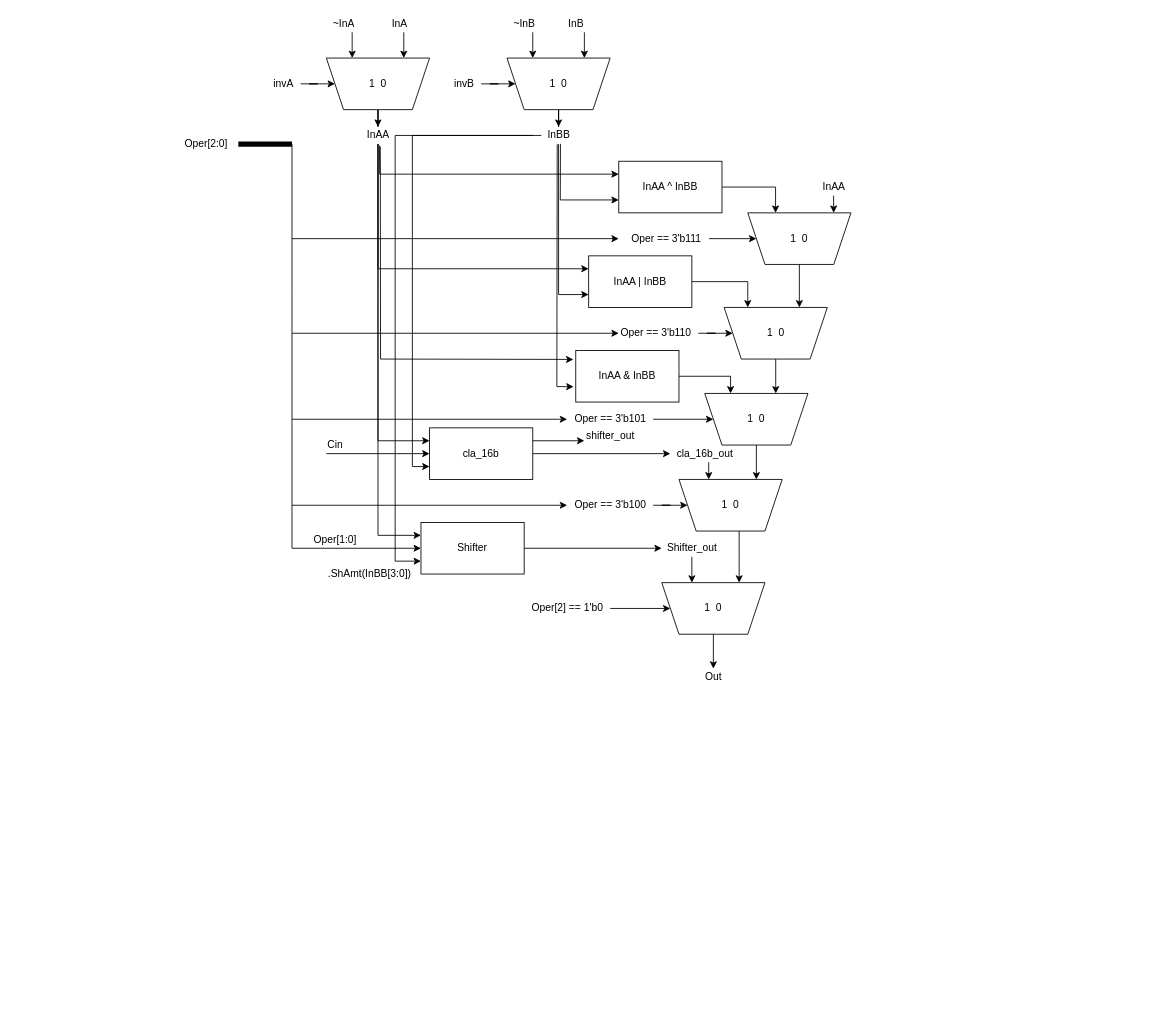
Earlier version of the draw.io diagram alu.drawio (joshmeiyb/draw.io). Source tidied: cells renumbered, new cells numbered last; positions are measured from the earlier drawing's top-left corner, leaving out a move shared by most shapes. Both pictures are drawn from the tidied source at 86%, with x=0, y=0 at pixel (175, 15).
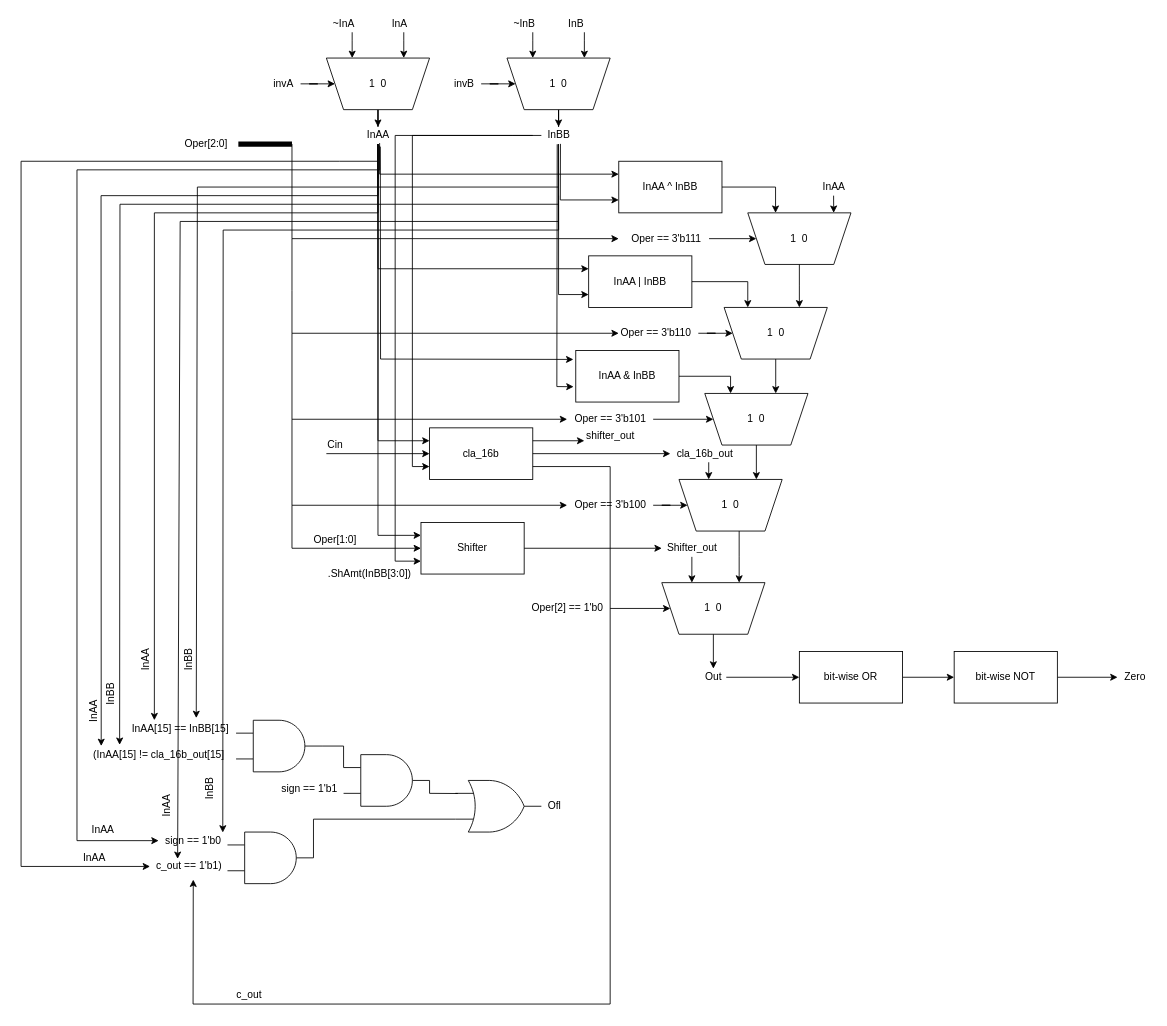
Above is the later version.

The change refers to these unchanged cells:
```xml
<mxCell id="31" value="Out" style="text;html=1;align=center;verticalAlign=middle;points=[];strokeColor=none;fillColor=none;" parent="1" vertex="1">
  <mxGeometry x="610" y="760" width="30" height="20" as="geometry" />
</mxCell>
<mxCell id="34" value="cla_16b" style="whiteSpace=wrap;html=1;" parent="1" vertex="1">
  <mxGeometry x="295" y="480" width="120" height="60" as="geometry" />
</mxCell>
<mxCell id="37" value="InAA" style="text;html=1;align=center;verticalAlign=middle;points=[];strokeColor=none;fillColor=none;" parent="1" vertex="1">
  <mxGeometry x="215" y="130" width="40" height="20" as="geometry" />
</mxCell>
```

What changed in the source:
```diff
@@
+    <mxCell id="80" style="edgeStyle=orthogonalEdgeStyle;rounded=0;jettySize=auto;html=1;strokeWidth=1;" parent="1" edge="1" source="31" target="113">
+      <mxGeometry relative="1" as="geometry" />
+    </mxCell>
@@
+    <mxCell id="81" style="verticalLabelPosition=bottom;shadow=0;dashed=0;align=center;html=1;verticalAlign=top;shape=mxgraph.electrical.logic_gates.logic_gate;operation=and;" parent="1" vertex="1">
+      <mxGeometry x="70" y="820" width="100" height="60" as="geometry" />
+    </mxCell>
+    <mxCell id="82" value="sign == 1'b1" style="text;html=1;align=center;verticalAlign=middle;strokeColor=none;fillColor=none;" parent="1" vertex="1">
+      <mxGeometry x="115" y="890" width="80" height="20" as="geometry" />
+    </mxCell>
+    <mxCell id="83" value="InAA[15] == InBB[15]" style="text;html=1;align=center;verticalAlign=middle;points=[];strokeColor=none;fillColor=none;" parent="1" vertex="1">
+      <mxGeometry x="-60" y="820" width="130" height="20" as="geometry" />
+    </mxCell>
+    <mxCell id="84" value="(InAA[15] != cla_16b_out[15]" style="text;html=1;align=center;verticalAlign=middle;points=[];strokeColor=none;fillColor=none;" parent="1" vertex="1">
+      <mxGeometry x="-105" y="850" width="170" height="20" as="geometry" />
+    </mxCell>
+    <mxCell id="85" style="verticalLabelPosition=bottom;shadow=0;dashed=0;align=center;html=1;verticalAlign=top;shape=mxgraph.electrical.logic_gates.logic_gate;operation=or;" parent="1" vertex="1">
+      <mxGeometry x="325" y="890" width="100" height="60" as="geometry" />
+    </mxCell>
+    <mxCell id="86" style="verticalLabelPosition=bottom;shadow=0;dashed=0;align=center;html=1;verticalAlign=top;shape=mxgraph.electrical.logic_gates.logic_gate;operation=and;" parent="1" vertex="1">
+      <mxGeometry x="60" y="950" width="100" height="60" as="geometry" />
+    </mxCell>
+    <mxCell id="87" value="sign == 1'b0" style="text;html=1;align=center;verticalAlign=middle;points=[];strokeColor=none;fillColor=none;rounded=0;" parent="1" vertex="1">
+      <mxGeometry x="-20" y="950" width="80" height="20" as="geometry" />
+    </mxCell>
+    <mxCell id="88" value="c_out == 1'b1)" style="text;html=1;align=center;verticalAlign=middle;points=[];strokeColor=none;fillColor=none;" parent="1" vertex="1">
+      <mxGeometry x="-30" y="980" width="90" height="20" as="geometry" />
+    </mxCell>
+    <mxCell id="89" style="endArrow=none;html=1;rounded=0;exitX=1;exitY=0.5;exitDx=0;exitDy=0;exitPerimeter=0;entryX=0;entryY=0.75;entryDx=0;entryDy=0;entryPerimeter=0;" parent="1" edge="1" source="86" target="85">
+      <mxGeometry relative="1" as="geometry">
+        <Array as="points">
+          <mxPoint x="160" y="935" />
+        </Array>
+      </mxGeometry>
+    </mxCell>
+    <mxCell id="90" style="verticalLabelPosition=bottom;shadow=0;dashed=0;align=center;html=1;verticalAlign=top;shape=mxgraph.electrical.logic_gates.logic_gate;operation=and;" parent="1" vertex="1">
+      <mxGeometry x="195" y="860" width="100" height="60" as="geometry" />
+    </mxCell>
+    <mxCell id="91" style="endArrow=none;html=1;rounded=0;exitX=1;exitY=0.5;exitDx=0;exitDy=0;exitPerimeter=0;entryX=0;entryY=0.25;entryDx=0;entryDy=0;entryPerimeter=0;" parent="1" edge="1" source="81" target="90">
+      <mxGeometry relative="1" as="geometry">
+        <Array as="points">
+          <mxPoint x="195" y="850" />
+        </Array>
+      </mxGeometry>
+    </mxCell>
+    <mxCell id="92" style="endArrow=none;html=1;rounded=0;exitX=1;exitY=0.5;exitDx=0;exitDy=0;exitPerimeter=0;entryX=0.029;entryY=0.253;entryDx=0;entryDy=0;entryPerimeter=0;" parent="1" edge="1" source="90" target="85">
+      <mxGeometry relative="1" as="geometry">
+        <Array as="points">
+          <mxPoint x="295" y="905" />
+        </Array>
+      </mxGeometry>
+    </mxCell>
+    <mxCell id="93" value="Ofl" style="text;html=1;align=center;verticalAlign=middle;strokeColor=none;fillColor=none;" parent="1" vertex="1">
+      <mxGeometry x="425" y="910" width="30" height="20" as="geometry" />
+    </mxCell>
+    <mxCell id="94" style="endArrow=classic;html=1;rounded=0;" parent="1" edge="1">
+      <mxGeometry relative="1" as="geometry">
+        <mxPoint x="235" y="150" as="sourcePoint" />
+        <mxPoint x="-25" y="820" as="targetPoint" />
+        <Array as="points">
+          <mxPoint x="235" y="230" />
+          <mxPoint x="-25" y="230" />
+        </Array>
+      </mxGeometry>
+    </mxCell>
+    <mxCell id="95" style="endArrow=classic;html=1;rounded=0;entryX=0.107;entryY=0;entryDx=0;entryDy=0;entryPerimeter=0;" parent="1" edge="1" source="37" target="84">
+      <mxGeometry relative="1" as="geometry">
+        <Array as="points">
+          <mxPoint x="235" y="210" />
+          <mxPoint x="-87" y="210" />
+        </Array>
+      </mxGeometry>
+    </mxCell>
+    <mxCell id="96" style="endArrow=classic;html=1;rounded=0;exitX=0.548;exitY=0.943;exitDx=0;exitDy=0;exitPerimeter=0;" parent="1" edge="1" source="37" target="87">
+      <mxGeometry relative="1" as="geometry">
+        <Array as="points">
+          <mxPoint x="237" y="180" />
+          <mxPoint x="-115" y="180" />
+          <mxPoint x="-115" y="960" />
+        </Array>
+      </mxGeometry>
+    </mxCell>
+    <mxCell id="97" style="endArrow=classic;html=1;rounded=0;" parent="1" edge="1" target="88">
+      <mxGeometry relative="1" as="geometry">
+        <mxPoint x="235" y="170" as="sourcePoint" />
+        <Array as="points">
+          <mxPoint x="190" y="170" />
+          <mxPoint x="-180" y="170" />
+          <mxPoint x="-180" y="990" />
+        </Array>
+      </mxGeometry>
+    </mxCell>
+    <mxCell id="98" style="endArrow=none;html=1;rounded=0;strokeWidth=1;" parent="1" edge="1">
+      <mxGeometry relative="1" as="geometry">
+        <mxPoint x="235" y="190" as="sourcePoint" />
+        <mxPoint x="235" y="150" as="targetPoint" />
+      </mxGeometry>
+    </mxCell>
+    <mxCell id="99" style="endArrow=none;html=1;rounded=0;strokeWidth=1;" parent="1" edge="1">
+      <mxGeometry relative="1" as="geometry">
+        <mxPoint x="445" y="250" as="sourcePoint" />
+        <mxPoint x="444.7" y="150" as="targetPoint" />
+      </mxGeometry>
+    </mxCell>
+    <mxCell id="100" style="endArrow=classic;html=1;rounded=0;strokeWidth=1;entryX=0.644;entryY=-0.126;entryDx=0;entryDy=0;entryPerimeter=0;" parent="1" edge="1" target="83">
+      <mxGeometry relative="1" as="geometry">
+        <mxPoint x="445" y="200" as="sourcePoint" />
+        <Array as="points">
+          <mxPoint x="25" y="200" />
+        </Array>
+      </mxGeometry>
+    </mxCell>
+    <mxCell id="101" style="endArrow=classic;html=1;rounded=0;strokeWidth=1;entryX=0.233;entryY=-0.069;entryDx=0;entryDy=0;entryPerimeter=0;" parent="1" edge="1" target="84">
+      <mxGeometry relative="1" as="geometry">
+        <mxPoint x="445" y="220" as="sourcePoint" />
+        <Array as="points">
+          <mxPoint x="-65" y="220" />
+        </Array>
+      </mxGeometry>
+    </mxCell>
+    <mxCell id="102" style="endArrow=classic;html=1;rounded=0;strokeWidth=1;entryX=0.932;entryY=0.03;entryDx=0;entryDy=0;entryPerimeter=0;" parent="1" edge="1" target="87">
+      <mxGeometry relative="1" as="geometry">
+        <mxPoint x="445" y="210" as="sourcePoint" />
+        <Array as="points">
+          <mxPoint x="445" y="250" />
+          <mxPoint x="55" y="250" />
+        </Array>
+      </mxGeometry>
+    </mxCell>
+    <mxCell id="103" style="endArrow=classic;html=1;rounded=0;strokeWidth=1;entryX=0.356;entryY=0.061;entryDx=0;entryDy=0;entryPerimeter=0;" parent="1" edge="1" target="88">
+      <mxGeometry relative="1" as="geometry">
+        <mxPoint x="445" y="240" as="sourcePoint" />
+        <Array as="points">
+          <mxPoint x="5" y="240" />
+        </Array>
+      </mxGeometry>
+    </mxCell>
+    <mxCell id="104" value="InAA" style="text;html=1;align=center;verticalAlign=middle;strokeColor=none;fillColor=none;" parent="1" vertex="1">
+      <mxGeometry x="-115" y="970" width="40" height="20" as="geometry" />
+    </mxCell>
+    <mxCell id="105" value="InAA" style="text;html=1;align=center;verticalAlign=middle;strokeColor=none;fillColor=none;" parent="1" vertex="1">
+      <mxGeometry x="-105" y="938" width="40" height="20" as="geometry" />
+    </mxCell>
+    <mxCell id="106" value="InAA" style="text;html=1;align=center;verticalAlign=middle;strokeColor=none;fillColor=none;rotation=270;" parent="1" vertex="1">
+      <mxGeometry x="-115" y="800" width="40" height="20" as="geometry" />
+    </mxCell>
+    <mxCell id="107" value="InBB" style="text;html=1;align=center;verticalAlign=middle;strokeColor=none;fillColor=none;rotation=270;" parent="1" vertex="1">
+      <mxGeometry x="-95" y="780" width="40" height="20" as="geometry" />
+    </mxCell>
+    <mxCell id="108" value="InAA" style="text;html=1;align=center;verticalAlign=middle;strokeColor=none;fillColor=none;rotation=270;" parent="1" vertex="1">
+      <mxGeometry x="-55" y="740" width="40" height="20" as="geometry" />
+    </mxCell>
+    <mxCell id="109" value="InBB" style="text;html=1;align=center;verticalAlign=middle;strokeColor=none;fillColor=none;rotation=270;" parent="1" vertex="1">
+      <mxGeometry x="-5" y="740" width="40" height="20" as="geometry" />
+    </mxCell>
+    <mxCell id="110" value="InBB" style="text;html=1;align=center;verticalAlign=middle;strokeColor=none;fillColor=none;rotation=270;" parent="1" vertex="1">
+      <mxGeometry x="20" y="890" width="40" height="20" as="geometry" />
+    </mxCell>
+    <mxCell id="111" value="InAA" style="text;html=1;align=center;verticalAlign=middle;strokeColor=none;fillColor=none;rotation=270;" parent="1" vertex="1">
+      <mxGeometry x="-30" y="910" width="40" height="20" as="geometry" />
+    </mxCell>
+    <mxCell id="112" style="edgeStyle=orthogonalEdgeStyle;rounded=0;jettySize=auto;html=1;strokeWidth=1;" parent="1" edge="1" source="113" target="115">
+      <mxGeometry relative="1" as="geometry" />
+    </mxCell>
+    <mxCell id="113" value="bit-wise OR" style="rounded=0;whiteSpace=wrap;html=1;" parent="1" vertex="1">
+      <mxGeometry x="725" y="740" width="120" height="60" as="geometry" />
+    </mxCell>
+    <mxCell id="114" style="edgeStyle=orthogonalEdgeStyle;rounded=0;jettySize=auto;html=1;strokeWidth=1;" parent="1" edge="1" source="115" target="116">
+      <mxGeometry relative="1" as="geometry" />
+    </mxCell>
+    <mxCell id="115" value="bit-wise NOT" style="rounded=0;whiteSpace=wrap;html=1;" parent="1" vertex="1">
+      <mxGeometry x="905" y="740" width="120" height="60" as="geometry" />
+    </mxCell>
+    <mxCell id="116" value="Zero" style="text;html=1;align=center;verticalAlign=middle;points=[];strokeColor=none;fillColor=none;" parent="1" vertex="1">
+      <mxGeometry x="1095" y="760" width="40" height="20" as="geometry" />
+    </mxCell>
+    <mxCell id="117" style="endArrow=classic;html=1;rounded=0;strokeWidth=1;entryX=0.558;entryY=1.265;entryDx=0;entryDy=0;entryPerimeter=0;exitX=1;exitY=0.75;exitDx=0;exitDy=0;" parent="1" edge="1" source="34" target="88">
+      <mxGeometry relative="1" as="geometry">
+        <Array as="points">
+          <mxPoint x="505" y="525" />
+          <mxPoint x="505" y="1150" />
+          <mxPoint x="20" y="1150" />
+        </Array>
+      </mxGeometry>
+    </mxCell>
+    <mxCell id="118" value="c_out" style="text;html=1;align=center;verticalAlign=middle;strokeColor=none;fillColor=none;" parent="1" vertex="1">
+      <mxGeometry x="65" y="1130" width="40" height="20" as="geometry" />
+    </mxCell>
```
